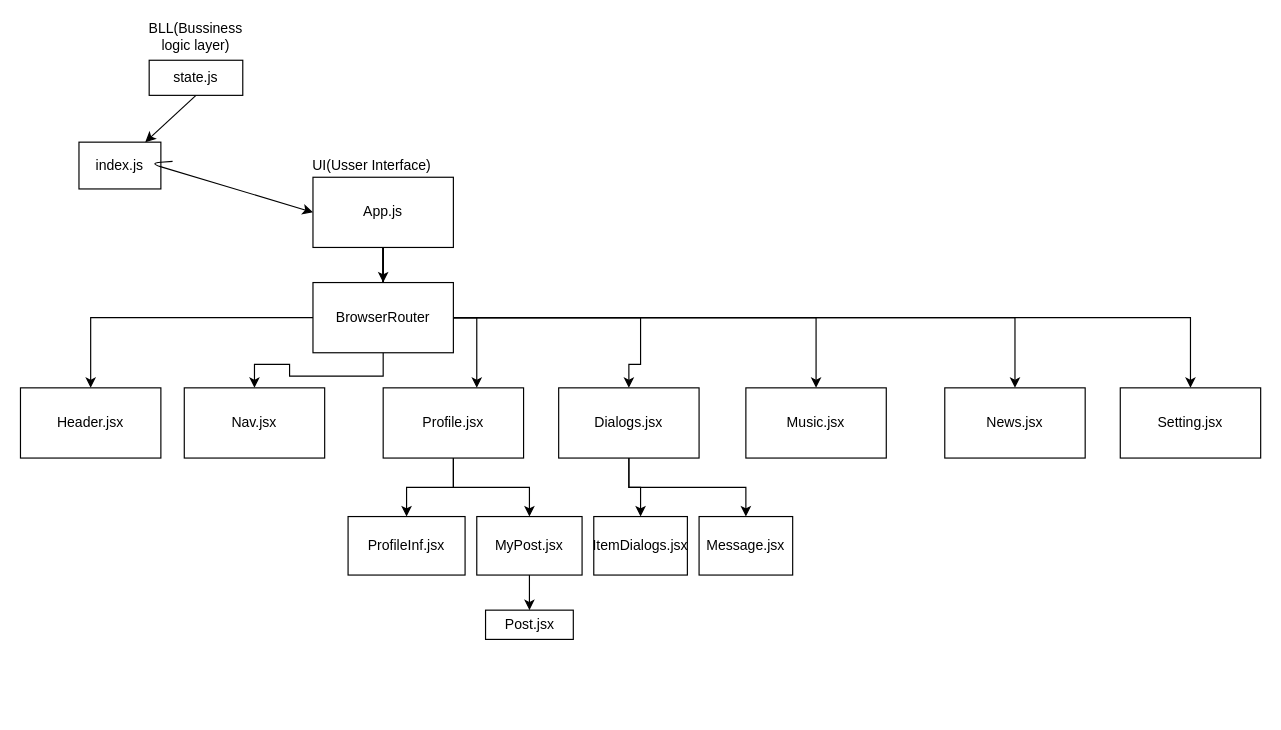
Above: Untitled Diagram.drawio in DaniilKimlb/DaniilKimlb_React_social_networks (draw.io), before the change. Source tidied: cells renumbered, new cells numbered last; positions are measured from the earlier drawing's top-left corner, leaving out a move shared by most shapes. Both pictures are drawn from the tidied source at 117%, with x=0, y=0 at pixel (20, 25).
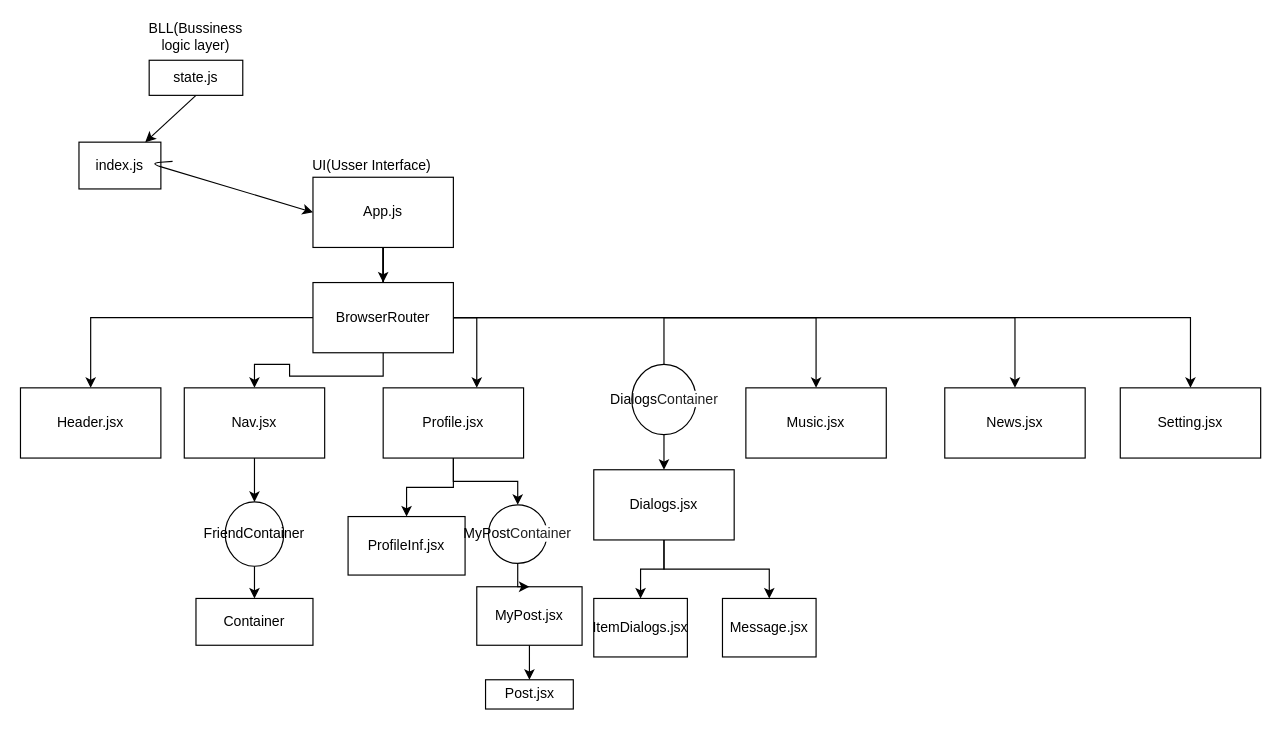
After the change.

Unchanged cells that the change refers to:
```xml
<mxCell id="15" style="rounded=0;whiteSpace=wrap;html=1;" parent="1" vertex="1">
  <mxGeometry x="250" y="130" width="120" height="60" as="geometry" />
</mxCell>
<mxCell id="21" value="Nav.jsx" style="whiteSpace=wrap;html=1;" parent="1" vertex="1">
  <mxGeometry x="140" y="310" width="120" height="60" as="geometry" />
</mxCell>
<mxCell id="24" value="Profile.jsx" style="whiteSpace=wrap;html=1;" parent="1" vertex="1">
  <mxGeometry x="310" y="310" width="120" height="60" as="geometry" />
</mxCell>
<mxCell id="30" value="Setting.jsx" style="whiteSpace=wrap;html=1;" parent="1" vertex="1">
  <mxGeometry x="940" y="310" width="120" height="60" as="geometry" />
</mxCell>
```

The edit, as a diff of the source:
```diff
@@
-    <mxCell id="12" style="edgeStyle=orthogonalEdgeStyle;rounded=0;jettySize=auto;html=1;entryX=0.5;entryY=0;entryDx=0;entryDy=0;" parent="1" edge="1" source="15" target="27">
-      <mxGeometry relative="1" as="geometry">
-        <Array as="points">
-          <mxPoint x="310" y="250" />
-          <mxPoint x="530" y="250" />
-          <mxPoint x="530" y="290" />
-          <mxPoint x="520" y="290" />
-        </Array>
-      </mxGeometry>
-    </mxCell>
@@
-    <mxCell id="14" style="edgeStyle=orthogonalEdgeStyle;rounded=0;jettySize=auto;html=1;" parent="1" edge="1" source="15" target="30">
+    <mxCell id="14" style="edgeStyle=orthogonalEdgeStyle;rounded=0;jettySize=auto;html=1;exitX=0.5;exitY=0;exitDx=0;exitDy=0;" parent="1" edge="1" source="42" target="30">
       <mxGeometry relative="1" as="geometry">
         <Array as="points">
-          <mxPoint x="310" y="250" />
+          <mxPoint x="550" y="250" />
           <mxPoint x="1000" y="250" />
         </Array>
       </mxGeometry>
     </mxCell>
@@
+    <mxCell id="38" style="edgeStyle=orthogonalEdgeStyle;rounded=0;jettySize=auto;html=1;entryX=0.5;entryY=0;entryDx=0;entryDy=0;" parent="1" edge="1" source="21" target="44">
+      <mxGeometry relative="1" as="geometry" />
+    </mxCell>
@@
-    <mxCell id="23" style="edgeStyle=orthogonalEdgeStyle;rounded=0;jettySize=auto;html=1;entryX=0.5;entryY=0;entryDx=0;entryDy=0;" parent="1" edge="1" source="24" target="33">
+    <mxCell id="23" style="edgeStyle=orthogonalEdgeStyle;rounded=0;jettySize=auto;html=1;exitX=0.5;exitY=1;exitDx=0;exitDy=0;" parent="1" edge="1" source="24" target="40">
       <mxGeometry relative="1" as="geometry" />
     </mxCell>
@@
     <mxCell id="27" value="Dialogs.jsx" style="whiteSpace=wrap;html=1;" parent="1" vertex="1">
-      <mxGeometry x="460" y="310" width="120" height="60" as="geometry" />
+      <mxGeometry x="490" y="380" width="120" height="60" as="geometry" />
     </mxCell>
@@
     <mxCell id="33" value="MyPost.jsx" style="whiteSpace=wrap;html=1;" parent="1" vertex="1">
-      <mxGeometry x="390" y="420" width="90" height="50" as="geometry" />
+      <mxGeometry x="390" y="480" width="90" height="50" as="geometry" />
     </mxCell>
     <mxCell id="34" value="Post.jsx&lt;br&gt;" style="whiteSpace=wrap;html=1;" parent="1" vertex="1">
-      <mxGeometry x="397.5" y="500" width="75" height="25" as="geometry" />
+      <mxGeometry x="397.5" y="559.5" width="75" height="25" as="geometry" />
     </mxCell>
     <mxCell id="35" value="ItemDialogs.jsx" style="whiteSpace=wrap;html=1;" parent="1" vertex="1">
-      <mxGeometry x="490" y="420" width="80" height="50" as="geometry" />
+      <mxGeometry x="490" y="490" width="80" height="50" as="geometry" />
     </mxCell>
     <mxCell id="36" value="Message.jsx" style="whiteSpace=wrap;html=1;" parent="1" vertex="1">
-      <mxGeometry x="580" y="420" width="80" height="50" as="geometry" />
+      <mxGeometry x="600" y="490" width="80" height="50" as="geometry" />
     </mxCell>
@@
+    <mxCell id="39" style="edgeStyle=orthogonalEdgeStyle;rounded=0;jettySize=auto;html=1;entryX=0.5;entryY=0;entryDx=0;entryDy=0;" parent="1" edge="1" source="40" target="33">
+      <mxGeometry relative="1" as="geometry" />
+    </mxCell>
+    <mxCell id="40" value="MyPost&lt;span style=&quot;color: rgba(0 , 0 , 0 , 0.87) ; background-color: rgb(255 , 255 , 255)&quot;&gt;&lt;font style=&quot;font-size: 12px&quot;&gt;Container&lt;/font&gt;&lt;/span&gt;" style="ellipse;whiteSpace=wrap;html=1;" parent="1" vertex="1">
+      <mxGeometry x="400" y="410" width="50" height="50" as="geometry" />
+    </mxCell>
+    <mxCell id="41" style="edgeStyle=orthogonalEdgeStyle;rounded=0;jettySize=auto;html=1;" parent="1" edge="1" source="42" target="27">
+      <mxGeometry relative="1" as="geometry" />
+    </mxCell>
+    <mxCell id="42" value="&lt;font style=&quot;font-size: 12px&quot;&gt;Dialogs&lt;span style=&quot;color: rgba(0 , 0 , 0 , 0.87) ; background-color: rgb(255 , 255 , 255)&quot;&gt;&lt;font style=&quot;font-size: 12px&quot;&gt;Containe&lt;/font&gt;&lt;/span&gt;&lt;span style=&quot;color: rgba(0 , 0 , 0 , 0.87) ; background-color: rgb(255 , 255 , 255)&quot;&gt;r&lt;/span&gt;&lt;/font&gt;" style="ellipse;whiteSpace=wrap;html=1;" parent="1" vertex="1">
+      <mxGeometry x="522.5" y="290" width="55" height="60" as="geometry" />
+    </mxCell>
+    <mxCell id="43" style="edgeStyle=orthogonalEdgeStyle;rounded=0;jettySize=auto;html=1;entryX=0.5;entryY=0;entryDx=0;entryDy=0;" parent="1" edge="1" source="44" target="45">
+      <mxGeometry relative="1" as="geometry" />
+    </mxCell>
+    <mxCell id="44" value="FriendContainer" style="ellipse;whiteSpace=wrap;html=1;" parent="1" vertex="1">
+      <mxGeometry x="175" y="407.5" width="50" height="55" as="geometry" />
+    </mxCell>
+    <mxCell id="45" value="Container" style="whiteSpace=wrap;html=1;" parent="1" vertex="1">
+      <mxGeometry x="150" y="490" width="100" height="40" as="geometry" />
+    </mxCell>
```
